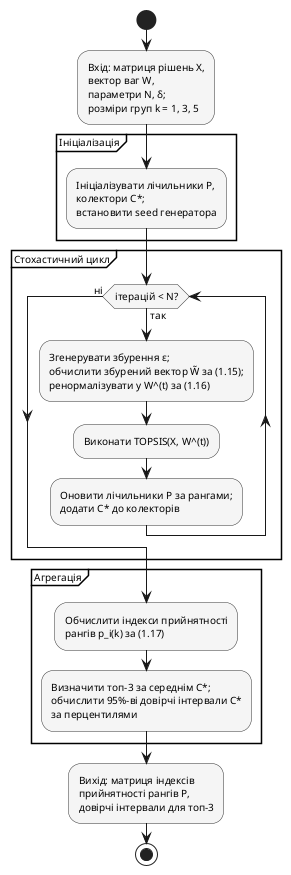
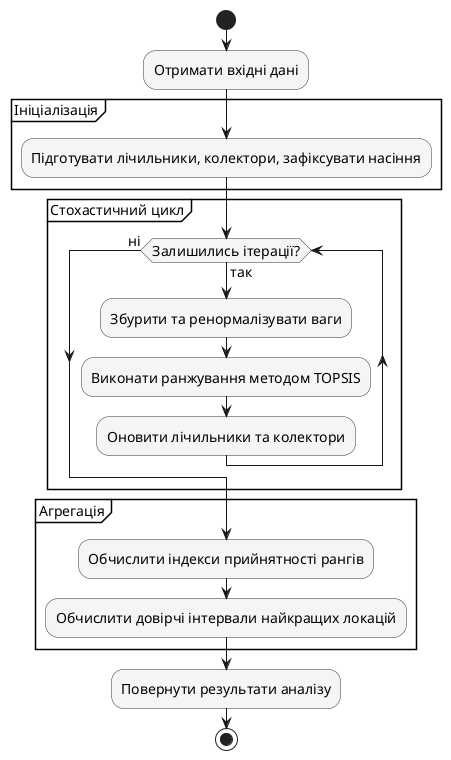
@startuml
' Рис. 2.9. Діаграма діяльності алгоритму Монте-Карло-аналізу чутливості
skinparam shadowing false
skinparam defaultFontName "Times New Roman"
- skinparam defaultFontSize 10
+ skinparam defaultFontSize 14
skinparam activity {
    BackgroundColor #f5f5f5
    BorderColor #333333
}

start
- :Вхід: матриця рішень X,\nвектор ваг W,\nпараметри N, δ;\nрозміри груп k = 1, 3, 5;
+ :Отримати вхідні дані;

partition "Ініціалізація" {
-     :Ініціалізувати лічильники P,\nколектори C*;\nвстановити seed генератора;
+     :Підготувати лічильники, колектори, зафіксувати насіння;
}

partition "Стохастичний цикл" {
-     while (ітерацій < N?) is (так)
-         :Згенерувати збурення ε;\nобчислити збурений вектор W̃ за (1.15);\nренормалізувати у W^(t) за (1.16);
-         :Виконати TOPSIS(X, W^(t));
-         :Оновити лічильники P за рангами;\nдодати C* до колекторів;
+     while (Залишились ітерації?) is (так)
+         :Збурити та ренормалізувати ваги;
+         :Виконати ранжування методом TOPSIS;
+         :Оновити лічильники та колектори;
    endwhile (ні)
}

partition "Агрегація" {
-     :Обчислити індекси прийнятності\nрангів p_i(k) за (1.17);
-     :Визначити топ-3 за середнім C*;\nобчислити 95%-ві довірчі інтервали C*\nза перцентилями;
+     :Обчислити індекси прийнятності рангів;
+     :Обчислити довірчі інтервали найкращих локацій;
}

- :Вихід: матриця індексів\nприйнятності рангів P,\nдовірчі інтервали для топ-3;
+ :Повернути результати аналізу;
stop

@enduml
